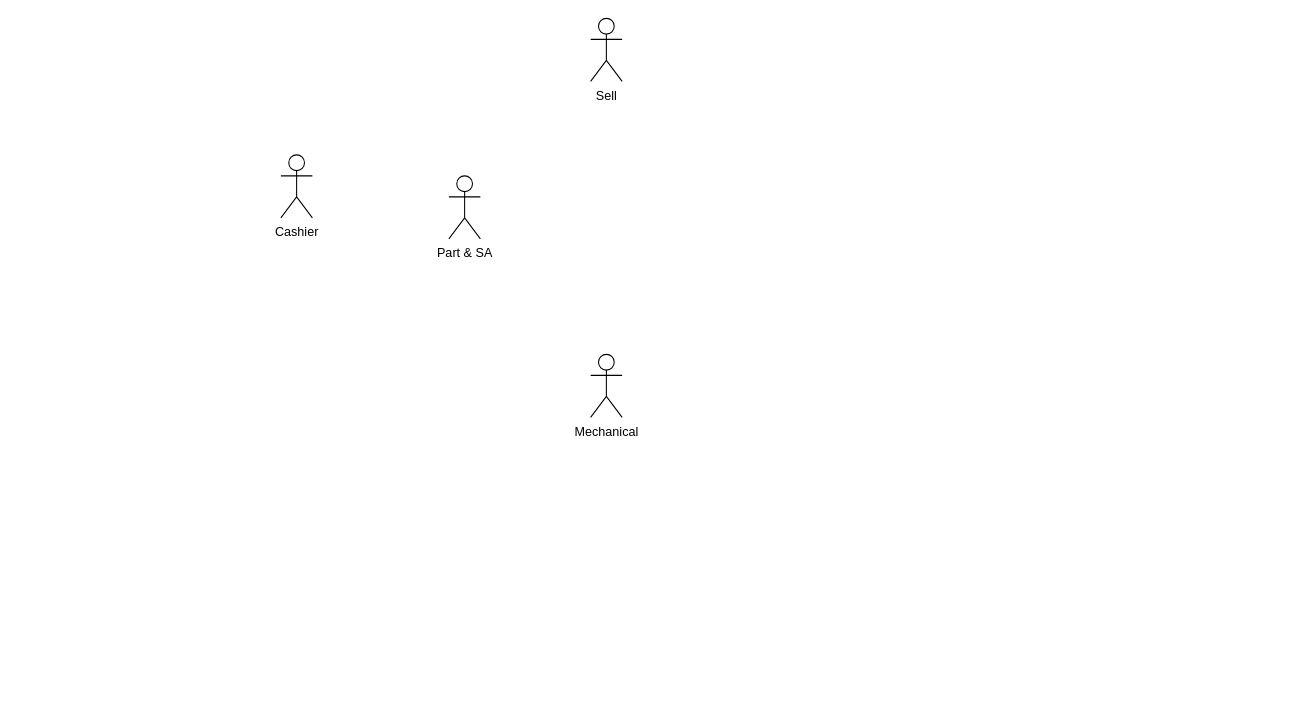
The draw.io diagram Usecaserungsiriwat.drawio in istyleT/siriwat-express-api, before the edit. Source tidied: cells renumbered, new cells numbered last; positions are measured from the earlier drawing's top-left corner, leaving out a move shared by most shapes. Both pictures are drawn from the tidied source at 105%, with x=0, y=0 at pixel (280, 18).
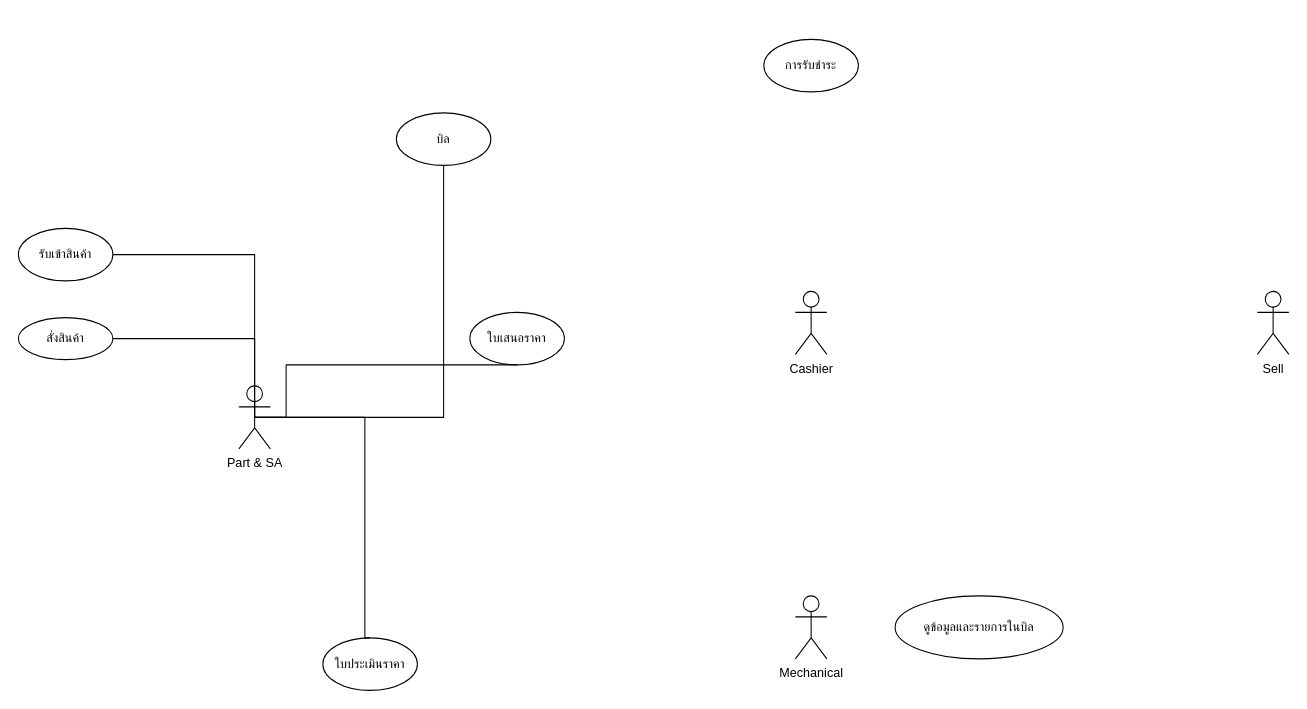
After the change.

Change to the diagram source:
```diff
@@
     <mxCell id="2" value="Part &amp;amp; SA" style="shape=umlActor;verticalLabelPosition=bottom;verticalAlign=top;html=1;" parent="1" vertex="1">
-      <mxGeometry x="160" y="150" width="30" height="60" as="geometry" />
+      <mxGeometry x="-40" y="350" width="30" height="60" as="geometry" />
     </mxCell>
     <mxCell id="3" value="Sell" style="shape=umlActor;verticalLabelPosition=bottom;verticalAlign=top;html=1;" parent="1" vertex="1">
-      <mxGeometry x="295" width="30" height="60" as="geometry" />
+      <mxGeometry x="930" y="260" width="30" height="60" as="geometry" />
     </mxCell>
     <mxCell id="4" value="Mechanical" style="shape=umlActor;verticalLabelPosition=bottom;verticalAlign=top;html=1;" parent="1" vertex="1">
-      <mxGeometry x="295" y="320" width="30" height="60" as="geometry" />
+      <mxGeometry x="490" y="550" width="30" height="60" as="geometry" />
     </mxCell>
     <mxCell id="5" value="Cashier" style="shape=umlActor;verticalLabelPosition=bottom;verticalAlign=top;html=1;" parent="1" vertex="1">
-      <mxGeometry y="130" width="30" height="60" as="geometry" />
+      <mxGeometry x="490" y="260" width="30" height="60" as="geometry" />
     </mxCell>
+    <mxCell id="6" value="ใบเสนอราคา" style="ellipse;whiteSpace=wrap;html=1;" parent="1" vertex="1">
+      <mxGeometry x="180" y="280" width="90" height="50" as="geometry" />
+    </mxCell>
+    <mxCell id="7" value="บิล" style="ellipse;whiteSpace=wrap;html=1;" parent="1" vertex="1">
+      <mxGeometry x="110" y="90" width="90" height="50" as="geometry" />
+    </mxCell>
+    <mxCell id="8" value="ใบประเมินราคา" style="ellipse;whiteSpace=wrap;html=1;" parent="1" vertex="1">
+      <mxGeometry x="40" y="590" width="90" height="50" as="geometry" />
+    </mxCell>
+    <mxCell id="9" value="การรับชำระ" style="ellipse;whiteSpace=wrap;html=1;" parent="1" vertex="1">
+      <mxGeometry x="460" y="20" width="90" height="50" as="geometry" />
+    </mxCell>
+    <mxCell id="10" value="รับเข้าสินค้า" style="ellipse;whiteSpace=wrap;html=1;" parent="1" vertex="1">
+      <mxGeometry x="-250" y="200" width="90" height="50" as="geometry" />
+    </mxCell>
+    <mxCell id="11" value="สั่งสินค้า" style="ellipse;whiteSpace=wrap;html=1;" parent="1" vertex="1">
+      <mxGeometry x="-250" y="285" width="90" height="40" as="geometry" />
+    </mxCell>
+    <mxCell id="12" value="ดูข้อมูลและรายการในบิล" style="ellipse;whiteSpace=wrap;html=1;" parent="1" vertex="1">
+      <mxGeometry x="585" y="550" width="160" height="60" as="geometry" />
+    </mxCell>
+    <mxCell id="13" style="edgeStyle=orthogonalEdgeStyle;rounded=0;jettySize=auto;html=1;exitX=1;exitY=0.5;exitDx=0;exitDy=0;entryX=0.5;entryY=0.5;entryDx=0;entryDy=0;entryPerimeter=0;strokeColor=default;curved=0;endArrow=none;endFill=0;" parent="1" edge="1" source="11" target="2">
+      <mxGeometry relative="1" as="geometry">
+        <Array as="points">
+          <mxPoint x="-25" y="305" />
+        </Array>
+      </mxGeometry>
+    </mxCell>
+    <mxCell id="14" style="edgeStyle=orthogonalEdgeStyle;rounded=0;jettySize=auto;html=1;exitX=1;exitY=0.5;exitDx=0;exitDy=0;entryX=0.5;entryY=0.5;entryDx=0;entryDy=0;entryPerimeter=0;endArrow=none;endFill=0;" parent="1" edge="1" source="10" target="2">
+      <mxGeometry relative="1" as="geometry">
+        <Array as="points">
+          <mxPoint x="-25" y="225" />
+        </Array>
+      </mxGeometry>
+    </mxCell>
+    <mxCell id="15" style="edgeStyle=orthogonalEdgeStyle;rounded=0;jettySize=auto;html=1;exitX=0.5;exitY=0;exitDx=0;exitDy=0;entryX=0.5;entryY=0.5;entryDx=0;entryDy=0;entryPerimeter=0;endArrow=none;endFill=0;" parent="1" edge="1" source="8" target="2">
+      <mxGeometry relative="1" as="geometry">
+        <Array as="points">
+          <mxPoint x="80" y="590" />
+          <mxPoint x="80" y="380" />
+        </Array>
+      </mxGeometry>
+    </mxCell>
+    <mxCell id="16" style="edgeStyle=orthogonalEdgeStyle;rounded=0;jettySize=auto;html=1;exitX=0.5;exitY=1;exitDx=0;exitDy=0;entryX=0.5;entryY=0.5;entryDx=0;entryDy=0;entryPerimeter=0;endArrow=none;endFill=0;" parent="1" edge="1" source="6" target="2">
+      <mxGeometry relative="1" as="geometry">
+        <Array as="points">
+          <mxPoint x="5" y="380" />
+        </Array>
+      </mxGeometry>
+    </mxCell>
+    <mxCell id="17" style="edgeStyle=orthogonalEdgeStyle;rounded=0;jettySize=auto;html=1;exitX=0.5;exitY=1;exitDx=0;exitDy=0;entryX=0.5;entryY=0.5;entryDx=0;entryDy=0;entryPerimeter=0;endArrow=none;endFill=0;" parent="1" edge="1" source="7" target="2">
+      <mxGeometry relative="1" as="geometry">
+        <Array as="points">
+          <mxPoint x="155" y="380" />
+        </Array>
+      </mxGeometry>
+    </mxCell>
```
